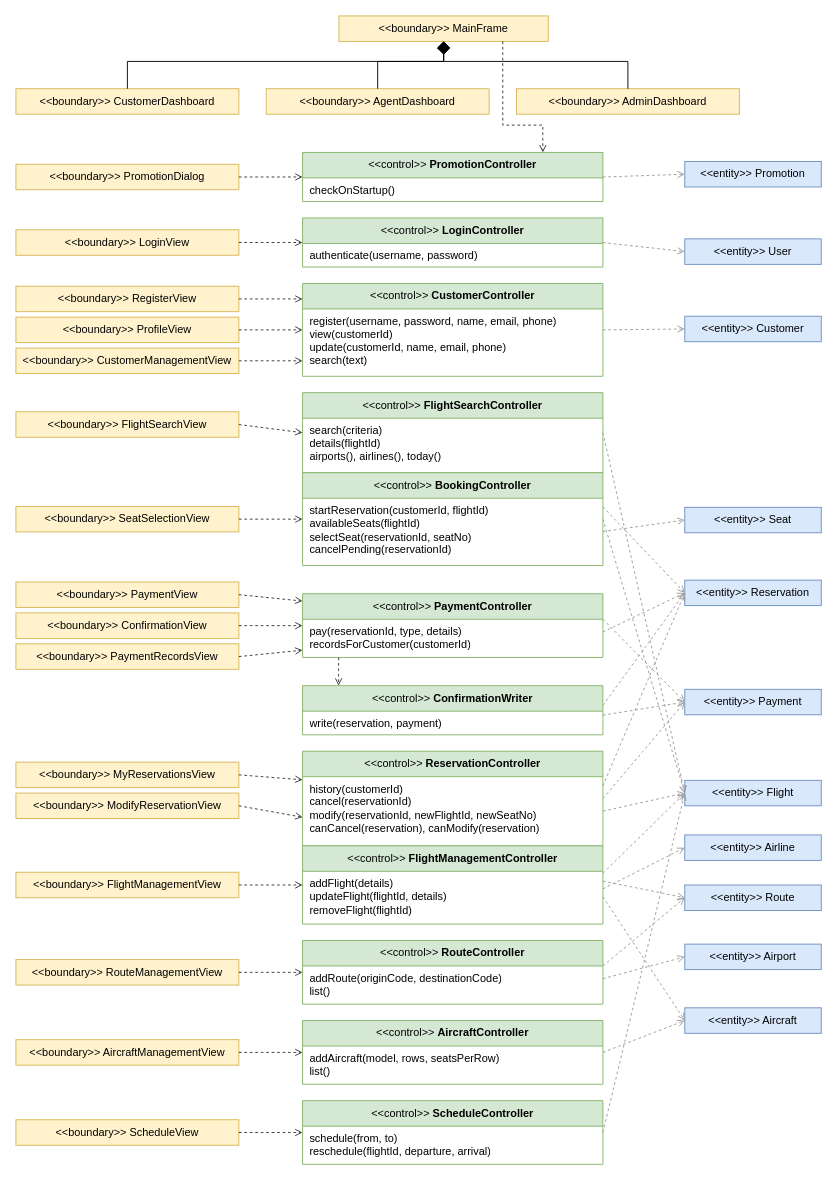
The draw.io diagram docs/diagrams/src/11-class-control-boundary.drawio in satyambhanot/ChinookAir, before the edit. Source tidied: cells renumbered, new cells numbered last; positions are measured from the earlier drawing's top-left corner, leaving out a move shared by most shapes. Both pictures are drawn from the tidied source at 91%, with x=0, y=0 at pixel (15, 15).
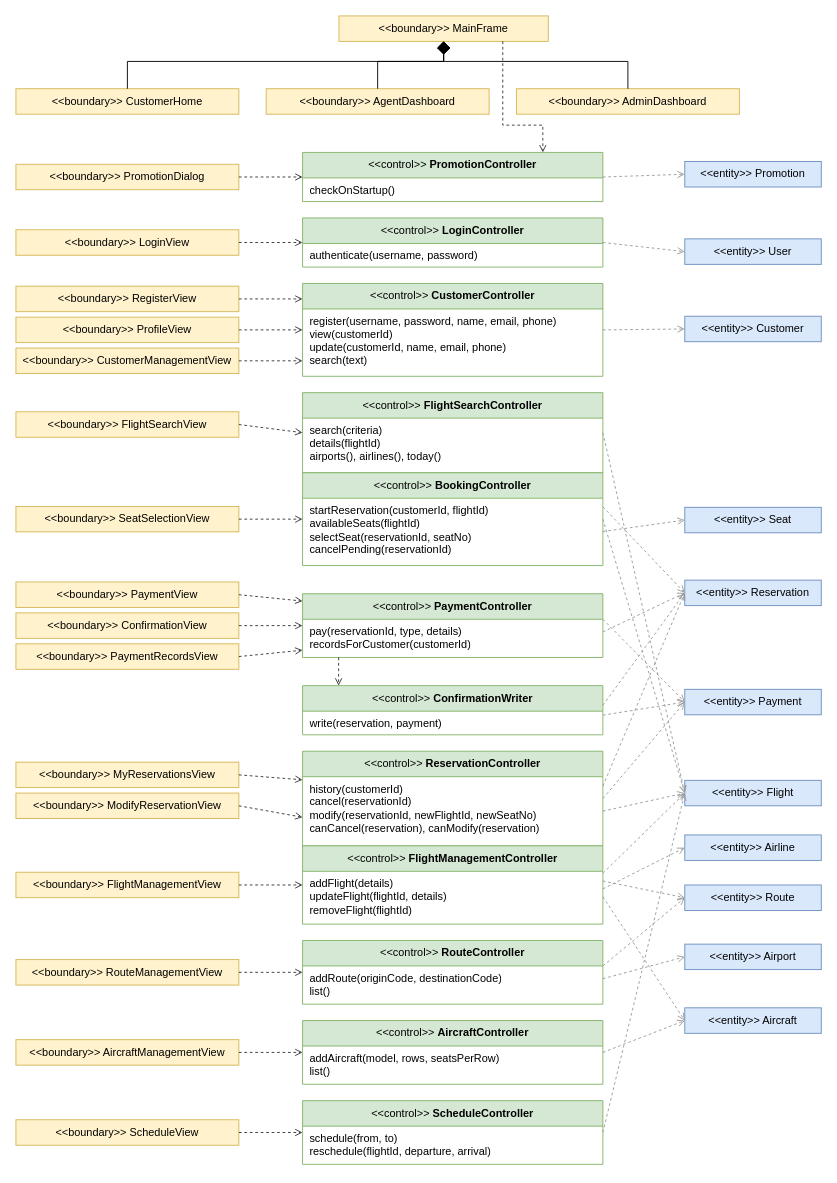
After the change.

What changed in the source:
```diff
@@
-    <mxCell id="54" value="&amp;lt;&amp;lt;boundary&amp;gt;&amp;gt; CustomerDashboard" style="rounded=0;whiteSpace=wrap;html=1;fontFamily=Helvetica;fontSize=12;fillColor=#fff2cc;strokeColor=#d6b656;" parent="1" vertex="1">
+    <mxCell id="54" value="&amp;lt;&amp;lt;boundary&amp;gt;&amp;gt; CustomerHome" style="rounded=0;whiteSpace=wrap;html=1;fontFamily=Helvetica;fontSize=12;fillColor=#fff2cc;strokeColor=#d6b656;" parent="1" vertex="1">
       <mxGeometry y="80" width="245" height="28" as="geometry" />
     </mxCell>
```
